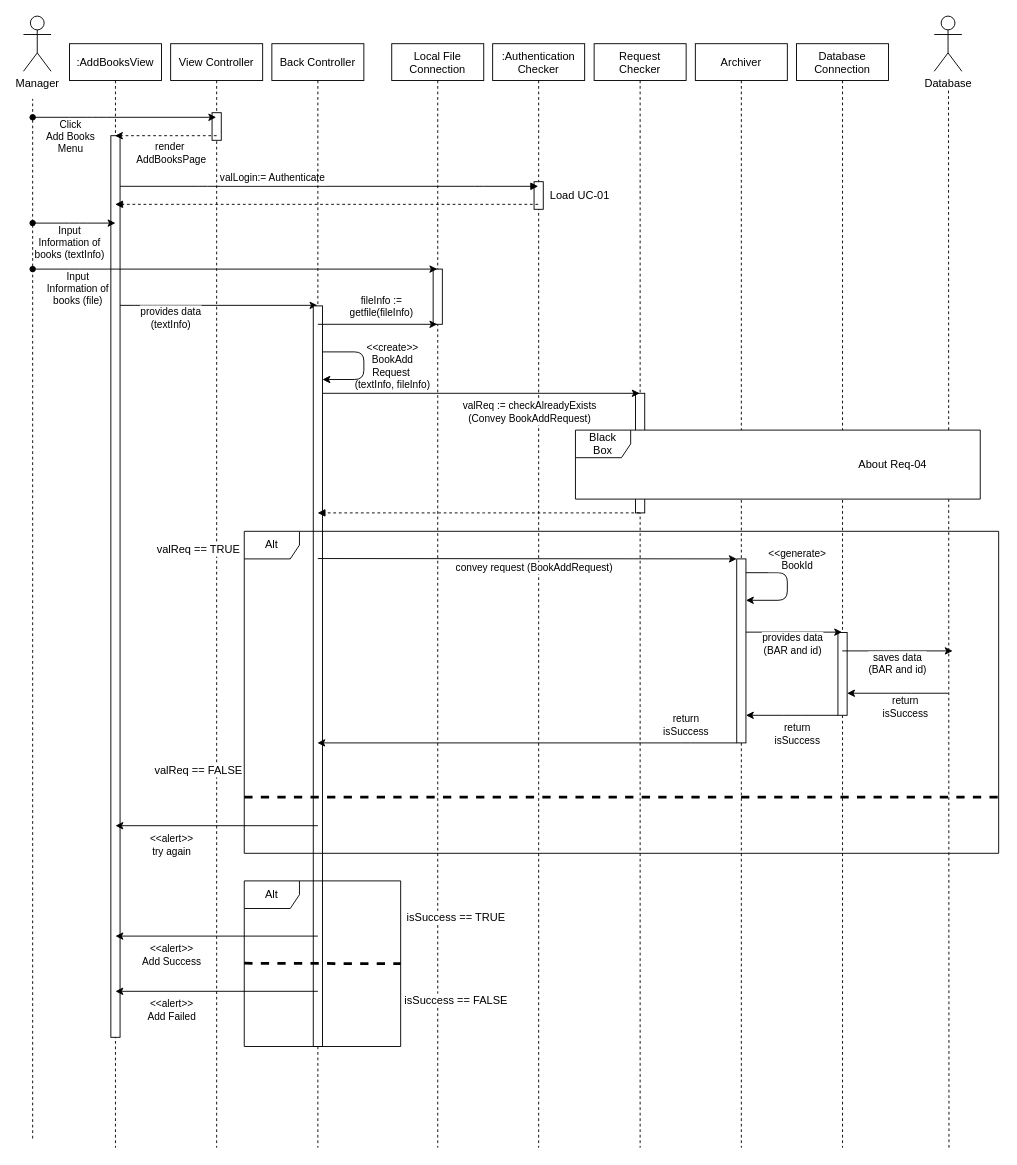
This is docs/SequenceDiagram/SD-UC-03.drawio from youngkwon02/Enhanced-library-management, a draw.io file, before an edit. Source tidied: cells renumbered, new cells numbered last; positions are measured from the earlier drawing's top-left corner, leaving out a move shared by most shapes. Both pictures are drawn from the tidied source at 92%, with x=0, y=0 at pixel (23, 16).
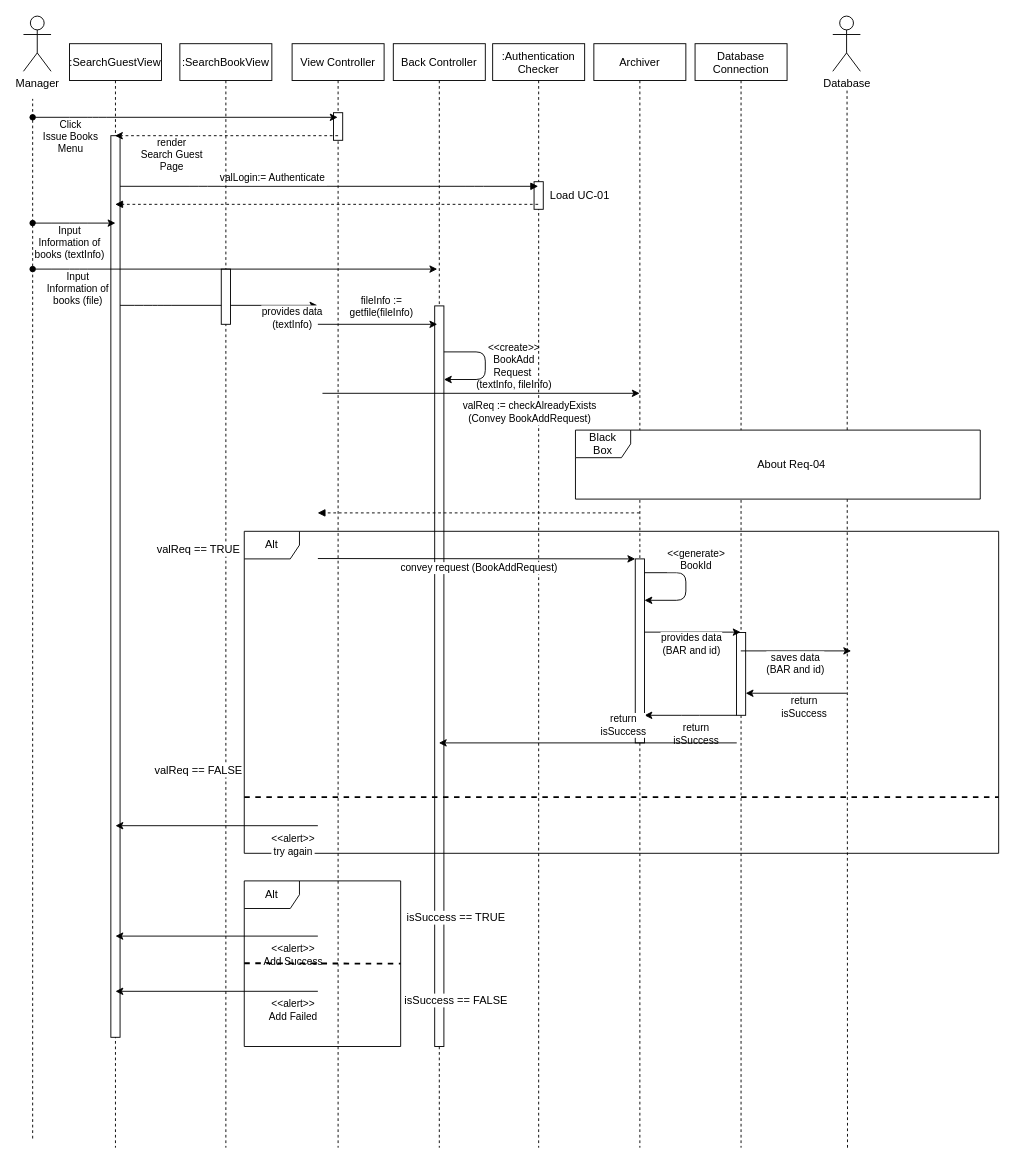
Above is the later version.

Unchanged cells that the change refers to:
```xml
<mxCell id="2" style="endArrow=classic;html=1;startArrow=none;startFill=0;" parent="1" edge="1">
  <mxGeometry relative="1" as="geometry">
    <mxPoint x="99.7" y="314.4" as="sourcePoint" />
    <mxPoint x="319.5" y="314.4" as="targetPoint" />
    <Array as="points">
      <mxPoint x="130.5" y="314.4" />
      <mxPoint x="150.5" y="314.4" />
    </Array>
  </mxGeometry>
</mxCell>
<mxCell id="19" style="points=[];perimeter=orthogonalPerimeter;rounded=0;shadow=0;strokeWidth=1;" parent="18" vertex="1">
  <mxGeometry x="45" y="560" width="10" height="200" as="geometry" />
</mxCell>
<mxCell id="23" style="endArrow=classic;html=1;startArrow=oval;startFill=1;" parent="1" edge="1" target="8">
  <mxGeometry relative="1" as="geometry">
    <mxPoint x="10" y="110" as="sourcePoint" />
    <Array as="points">
      <mxPoint x="60" y="110" />
      <mxPoint x="80" y="110" />
    </Array>
  </mxGeometry>
</mxCell>
<mxCell id="56" style="endArrow=classic;html=1;" parent="1" edge="1" target="12">
  <mxGeometry relative="1" as="geometry">
    <mxPoint x="775.3" y="790" as="sourcePoint" />
    <Array as="points">
      <mxPoint x="725.3" y="790" />
    </Array>
  </mxGeometry>
</mxCell>
<mxCell id="61" style="endArrow=classic;html=1;strokeWidth=1;" parent="1" edge="1">
  <mxGeometry relative="1" as="geometry">
    <mxPoint x="320" y="880" as="sourcePoint" />
    <mxPoint x="100" y="880" as="targetPoint" />
  </mxGeometry>
</mxCell>
<mxCell id="64" style="endArrow=classic;html=1;strokeWidth=1;" parent="1" edge="1">
  <mxGeometry relative="1" as="geometry">
    <mxPoint x="320" y="1000" as="sourcePoint" />
    <mxPoint x="100" y="1000" as="targetPoint" />
  </mxGeometry>
</mxCell>
<mxCell id="67" style="endArrow=classic;html=1;strokeWidth=1;" parent="1" edge="1">
  <mxGeometry relative="1" as="geometry">
    <mxPoint x="320" y="1060" as="sourcePoint" />
    <mxPoint x="100" y="1060" as="targetPoint" />
  </mxGeometry>
</mxCell>
```

Diff of the diagram source:
```diff
@@
     <mxCell id="3" value="provides data&lt;br&gt;(textInfo)" style="edgeLabel;html=1;align=center;verticalAlign=middle;" parent="2" vertex="1">
       <mxGeometry x="-0.17" y="-1" relative="1" as="geometry">
-        <mxPoint x="-31" y="12" as="offset" />
+        <mxPoint x="101" y="12" as="offset" />
       </mxGeometry>
     </mxCell>
@@
-    <mxCell id="6" value=":AddBooksView" style="shape=umlLifeline;perimeter=lifelinePerimeter;rounded=0;shadow=0;strokeWidth=1;" parent="1" vertex="1">
+    <mxCell id="6" value=":SearchGuestView" style="shape=umlLifeline;perimeter=lifelinePerimeter;rounded=0;shadow=0;strokeWidth=1;" parent="1" vertex="1">
       <mxGeometry x="50" y="30" width="100" height="1200" as="geometry" />
     </mxCell>
@@
     <mxCell id="8" value="View Controller" style="shape=umlLifeline;perimeter=lifelinePerimeter;rounded=0;shadow=0;strokeWidth=1;" parent="1" vertex="1">
-      <mxGeometry x="160" y="30" width="100" height="1200" as="geometry" />
+      <mxGeometry x="292" y="30" width="100" height="1200" as="geometry" />
     </mxCell>
@@
     <mxCell id="12" value="Back Controller" style="shape=umlLifeline;perimeter=lifelinePerimeter;rounded=0;shadow=0;strokeWidth=1;" parent="1" vertex="1">
-      <mxGeometry x="270" y="30" width="100" height="1200" as="geometry" />
+      <mxGeometry x="402" y="30" width="100" height="1200" as="geometry" />
     </mxCell>
@@
-    <mxCell id="14" value="Local File&#10;Connection" style="shape=umlLifeline;perimeter=lifelinePerimeter;rounded=0;shadow=0;strokeWidth=1;" parent="1" vertex="1">
-      <mxGeometry x="400.3" y="30" width="100" height="1200" as="geometry" />
+    <mxCell id="14" value=":SearchBookView" style="shape=umlLifeline;perimeter=lifelinePerimeter;rounded=0;shadow=0;strokeWidth=1;" parent="1" vertex="1">
+      <mxGeometry x="170" y="30" width="100" height="1200" as="geometry" />
     </mxCell>
@@
-    <mxCell id="16" value="Request&#10;Checker" style="shape=umlLifeline;perimeter=lifelinePerimeter;rounded=0;shadow=0;strokeWidth=1;" parent="1" vertex="1">
-      <mxGeometry x="620.3" y="30" width="100" height="1200" as="geometry" />
-    </mxCell>
-    <mxCell id="17" style="perimeter=orthogonalPerimeter;rounded=0;shadow=0;strokeWidth=1;" parent="16" vertex="1">
-      <mxGeometry x="45" y="380" width="10" height="130" as="geometry" />
-    </mxCell>
     <mxCell id="18" value="Archiver" style="shape=umlLifeline;perimeter=lifelinePerimeter;rounded=0;shadow=0;strokeWidth=1;" parent="1" vertex="1">
-      <mxGeometry x="730.3" y="30" width="100" height="1200" as="geometry" />
+      <mxGeometry x="620" y="30" width="100" height="1200" as="geometry" />
     </mxCell>
@@
     <mxCell id="20" value="Database&#10;Connection" style="shape=umlLifeline;perimeter=lifelinePerimeter;rounded=0;shadow=0;strokeWidth=1;" parent="1" vertex="1">
-      <mxGeometry x="840.3" y="30" width="100" height="1200" as="geometry" />
+      <mxGeometry x="730" y="30" width="100" height="1200" as="geometry" />
     </mxCell>
@@
     <mxCell id="22" value="Load UC-01" style="text;html=1;strokeColor=none;fillColor=none;align=center;verticalAlign=middle;whiteSpace=wrap;rounded=0;" parent="1" vertex="1">
-      <mxGeometry x="570.3" y="185" width="70" height="20" as="geometry" />
+      <mxGeometry x="570" y="185" width="70.3" height="20" as="geometry" />
     </mxCell>
@@
-    <mxCell id="24" value="Click&lt;br&gt;Add Books&lt;br&gt;Menu" style="edgeLabel;html=1;align=center;verticalAlign=middle;" parent="23" vertex="1">
+    <mxCell id="24" value="Click&lt;br&gt;Issue Books&lt;br&gt;Menu" style="edgeLabel;html=1;align=center;verticalAlign=middle;" parent="23" vertex="1">
       <mxGeometry x="-0.17" y="-1" relative="1" as="geometry">
-        <mxPoint x="-43" y="19" as="offset" />
+        <mxPoint x="-98" y="19" as="offset" />
       </mxGeometry>
     </mxCell>
@@
     <mxCell id="32" style="endArrow=classic;html=1;edgeStyle=orthogonalEdgeStyle;" parent="1" edge="1">
       <mxGeometry relative="1" as="geometry">
-        <mxPoint x="325" y="365" as="sourcePoint" />
-        <mxPoint x="325" y="395" as="targetPoint" />
+        <mxPoint x="457" y="365" as="sourcePoint" />
+        <mxPoint x="457" y="395" as="targetPoint" />
         <Array as="points">
-          <mxPoint x="370" y="365" />
-          <mxPoint x="370" y="395" />
+          <mxPoint x="502" y="365" />
+          <mxPoint x="502" y="395" />
         </Array>
       </mxGeometry>
     </mxCell>
@@
     <mxCell id="34" value="Database" style="shape=umlActor;verticalLabelPosition=bottom;verticalAlign=top;html=1;" parent="1" vertex="1">
-      <mxGeometry x="990" width="30" height="60" as="geometry" />
+      <mxGeometry x="879.7" width="30" height="60" as="geometry" />
     </mxCell>
-    <mxCell id="35" style="endArrow=classic;html=1;" parent="1" edge="1" target="16">
+    <mxCell id="35" style="endArrow=classic;html=1;" parent="1" edge="1">
       <mxGeometry relative="1" as="geometry">
         <mxPoint x="325" y="410" as="sourcePoint" />
+        <mxPoint x="669.8" y="410" as="targetPoint" />
       </mxGeometry>
     </mxCell>
@@
     <mxCell id="37" style="endArrow=none;dashed=1;html=1;" parent="1" edge="1">
       <mxGeometry relative="1" as="geometry">
-        <mxPoint x="1006" y="1230" as="sourcePoint" />
-        <mxPoint x="1005.5" y="80" as="targetPoint" />
+        <mxPoint x="895.7" y="1230" as="sourcePoint" />
+        <mxPoint x="895.2" y="80" as="targetPoint" />
       </mxGeometry>
     </mxCell>
@@
     <mxCell id="39" value="About Req-04" style="text;html=1;strokeColor=none;fillColor=none;align=center;verticalAlign=middle;whiteSpace=wrap;rounded=0;" parent="1" vertex="1">
-      <mxGeometry x="900" y="477.5" width="90" height="20" as="geometry" />
+      <mxGeometry x="789.7" y="477.5" width="90" height="20" as="geometry" />
     </mxCell>
@@
-    <mxCell id="42" style="endArrow=classic;html=1;dashed=1;" parent="1" edge="1" target="6">
-      <mxGeometry relative="1" as="geometry">
-        <mxPoint x="210" y="130" as="sourcePoint" />
-      </mxGeometry>
-    </mxCell>
-    <mxCell id="43" value="render&lt;br&gt;&amp;nbsp;AddBooksPage" style="edgeLabel;html=1;align=center;verticalAlign=middle;" parent="42" vertex="1">
-      <mxGeometry x="-0.15" y="1" relative="1" as="geometry">
-        <mxPoint x="-5" y="17" as="offset" />
-      </mxGeometry>
-    </mxCell>
@@
     <mxCell id="46" style="endArrow=classic;html=1;edgeStyle=orthogonalEdgeStyle;" parent="1" edge="1">
       <mxGeometry relative="1" as="geometry">
-        <mxPoint x="785.3" y="605" as="sourcePoint" />
-        <mxPoint x="785.3" y="635" as="targetPoint" />
+        <mxPoint x="675" y="605" as="sourcePoint" />
+        <mxPoint x="675" y="635" as="targetPoint" />
         <Array as="points">
-          <mxPoint x="830.3" y="605" />
-          <mxPoint x="830.3" y="635" />
+          <mxPoint x="720" y="605" />
+          <mxPoint x="720" y="635" />
         </Array>
       </mxGeometry>
     </mxCell>
@@
     <mxCell id="48" style="endArrow=classic;html=1;" parent="1" edge="1" target="20">
       <mxGeometry relative="1" as="geometry">
-        <mxPoint x="785.3" y="669.6" as="sourcePoint" />
+        <mxPoint x="675" y="669.6" as="sourcePoint" />
       </mxGeometry>
     </mxCell>
@@
     <mxCell id="50" style="endArrow=classic;html=1;" parent="1" edge="1">
       <mxGeometry relative="1" as="geometry">
-        <mxPoint x="890" y="690" as="sourcePoint" />
-        <mxPoint x="1010" y="690" as="targetPoint" />
+        <mxPoint x="779.7" y="690" as="sourcePoint" />
+        <mxPoint x="899.7" y="690" as="targetPoint" />
       </mxGeometry>
     </mxCell>
@@
     <mxCell id="52" style="endArrow=classic;html=1;" parent="1" edge="1">
       <mxGeometry relative="1" as="geometry">
-        <mxPoint x="1005.3" y="736" as="sourcePoint" />
-        <mxPoint x="895.3" y="736" as="targetPoint" />
+        <mxPoint x="895" y="736" as="sourcePoint" />
+        <mxPoint x="785" y="736" as="targetPoint" />
         <Array as="points">
-          <mxPoint x="955.3" y="736" />
+          <mxPoint x="845" y="736" />
         </Array>
       </mxGeometry>
     </mxCell>
@@
     <mxCell id="54" style="endArrow=classic;html=1;" parent="1" edge="1" target="19">
       <mxGeometry relative="1" as="geometry">
-        <mxPoint x="885.3" y="760" as="sourcePoint" />
+        <mxPoint x="775" y="760" as="sourcePoint" />
         <Array as="points">
-          <mxPoint x="835.3" y="760" />
+          <mxPoint x="725" y="760" />
         </Array>
       </mxGeometry>
     </mxCell>
@@
     <mxCell id="57" value="return&lt;br&gt;isSuccess" style="edgeLabel;html=1;align=center;verticalAlign=middle;" parent="56" vertex="1">
       <mxGeometry x="-0.36" y="-3" relative="1" as="geometry">
-        <mxPoint x="90" y="-17" as="offset" />
+        <mxPoint x="-20" y="-17" as="offset" />
       </mxGeometry>
     </mxCell>
@@
     <mxCell id="62" value="&amp;lt;&amp;lt;alert&amp;gt;&amp;gt;&lt;br&gt;try again" style="edgeLabel;html=1;align=center;verticalAlign=middle;" parent="61" vertex="1">
       <mxGeometry x="0.16" y="4" relative="1" as="geometry">
-        <mxPoint x="-32" y="16" as="offset" />
+        <mxPoint x="100" y="16" as="offset" />
       </mxGeometry>
     </mxCell>
-    <mxCell id="63" style="endArrow=none;dashed=1;html=1;strokeWidth=3;entryX=1;entryY=0.857;entryDx=0;entryDy=0;entryPerimeter=0;" parent="1" edge="1">
+    <mxCell id="63" style="endArrow=none;dashed=1;html=1;strokeWidth=2;entryX=1;entryY=0.857;entryDx=0;entryDy=0;entryPerimeter=0;" parent="1" edge="1">
       <mxGeometry relative="1" as="geometry">
         <mxPoint x="240" y="849" as="sourcePoint" />
         <mxPoint x="1060" y="849" as="targetPoint" />
       </mxGeometry>
     </mxCell>
@@
     <mxCell id="65" value="&amp;lt;&amp;lt;alert&amp;gt;&amp;gt;&lt;br&gt;Add Success" style="edgeLabel;html=1;align=center;verticalAlign=middle;" parent="64" vertex="1">
       <mxGeometry x="0.16" y="4" relative="1" as="geometry">
-        <mxPoint x="-32" y="16" as="offset" />
+        <mxPoint x="100" y="16" as="offset" />
       </mxGeometry>
     </mxCell>
@@
     <mxCell id="68" value="&amp;lt;&amp;lt;alert&amp;gt;&amp;gt;&lt;br&gt;Add Failed" style="edgeLabel;html=1;align=center;verticalAlign=middle;" parent="67" vertex="1">
       <mxGeometry x="0.16" y="4" relative="1" as="geometry">
-        <mxPoint x="-32" y="16" as="offset" />
+        <mxPoint x="100" y="16" as="offset" />
       </mxGeometry>
     </mxCell>
-    <mxCell id="69" style="endArrow=none;dashed=1;html=1;strokeWidth=3;" parent="1" edge="1">
+    <mxCell id="69" style="endArrow=none;dashed=1;html=1;strokeWidth=2;" parent="1" edge="1">
       <mxGeometry relative="1" as="geometry">
         <mxPoint x="240" y="1029.5" as="sourcePoint" />
         <mxPoint x="410" y="1030" as="targetPoint" />
       </mxGeometry>
     </mxCell>
@@
+    <mxCell id="72" style="endArrow=classic;html=1;strokeWidth=1;dashed=1;" parent="1" edge="1" target="6">
+      <mxGeometry relative="1" as="geometry">
+        <mxPoint x="342" y="130" as="sourcePoint" />
+      </mxGeometry>
+    </mxCell>
+    <mxCell id="73" value="render&lt;br&gt;Search Guest&lt;br&gt;Page" style="edgeLabel;html=1;align=center;verticalAlign=middle;" parent="72" vertex="1">
+      <mxGeometry x="-0.32" y="-3" relative="1" as="geometry">
+        <mxPoint x="-100" y="23" as="offset" />
+      </mxGeometry>
+    </mxCell>
```
